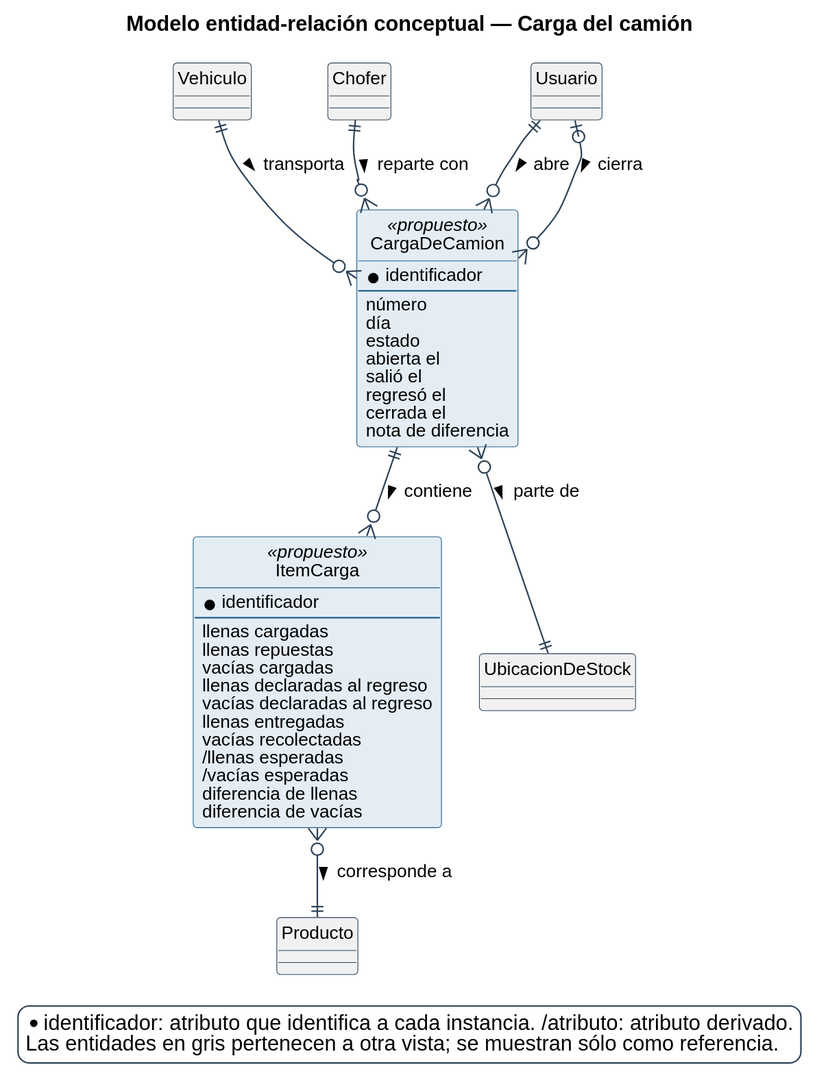
This is diagramas/base-de-datos/conceptual/SPLG-der-10-carga-del-camion.svg from Nahuelito-Dev/splg-docs, a PlantUML export, as it was before one commit.
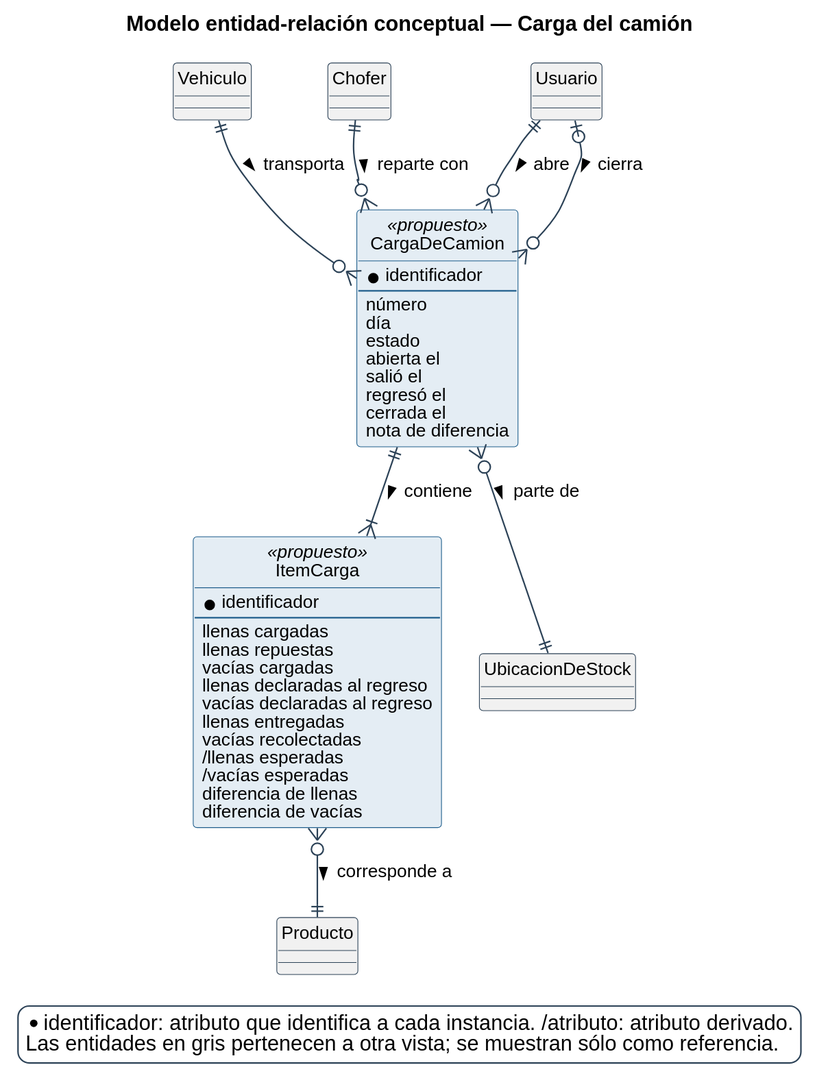
Above is the later version.

What changed in the source:
```diff
@@ -75,7 +75,7 @@
 CargaDeCamion }o--|| UbicacionDeStock : parte de >
 Usuario ||--o{ CargaDeCamion : abre >
 Usuario |o--o{ CargaDeCamion : cierra >
-CargaDeCamion ||--o{ ItemCarga : contiene >
+CargaDeCamion ||--|{ ItemCarga : contiene >
 ItemCarga }o--|| Producto : corresponde a >
 
 legend bottom right
```
